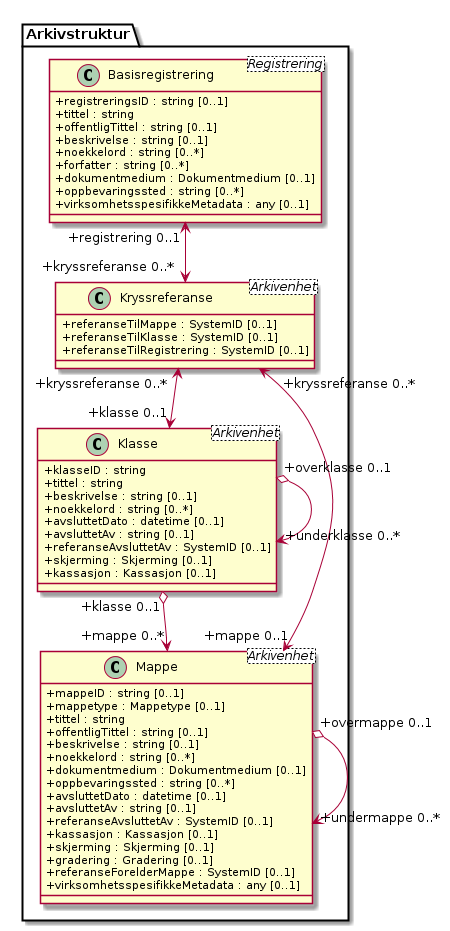
The PlantUML diagram kapitler/media/uml-arkivstruktur-kryssreferanse.png in arkivverket/noark5-tjenestegrensesnitt-standard, before a commit.
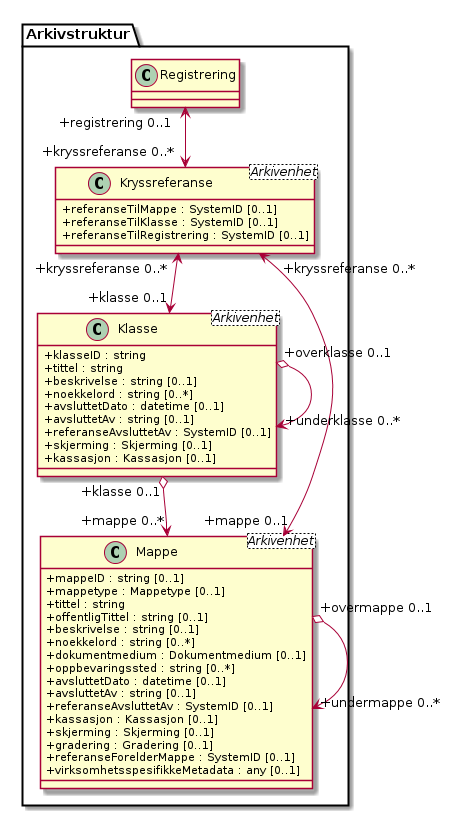
Later version of the same file.

Diff of the diagram source:
```diff
@@ -1,16 +1,5 @@
 @startuml
 skinparam classAttributeIconSize 0
-class Arkivstruktur.Basisregistrering <Registrering> {
-  +registreringsID : string [0..1]
-  +tittel : string
-  +offentligTittel : string [0..1]
-  +beskrivelse : string [0..1]
-  +noekkelord : string [0..*]
-  +forfatter : string [0..*]
-  +dokumentmedium : Dokumentmedium [0..1]
-  +oppbevaringssted : string [0..*]
-  +virksomhetsspesifikkeMetadata : any [0..1]
-}
 class Arkivstruktur.Klasse <Arkivenhet> {
   +klasseID : string
   +tittel : string
@@ -46,7 +35,7 @@
   +referanseTilRegistrering : SystemID [0..1]
 }
 
-Arkivstruktur.Basisregistrering "+registrering 0..1" <--> "+kryssreferanse 0..*" Arkivstruktur.Kryssreferanse
+Arkivstruktur.Registrering "+registrering 0..1" <--> "+kryssreferanse 0..*" Arkivstruktur.Kryssreferanse
 Arkivstruktur.Kryssreferanse "+kryssreferanse 0..*" <--> "+mappe 0..1" Arkivstruktur.Mappe
 Arkivstruktur.Kryssreferanse "+kryssreferanse 0..*" <--> "+klasse 0..1" Arkivstruktur.Klasse
 Arkivstruktur.Klasse "+overklasse 0..1" o-> "+underklasse 0..*" Arkivstruktur.Klasse
```
